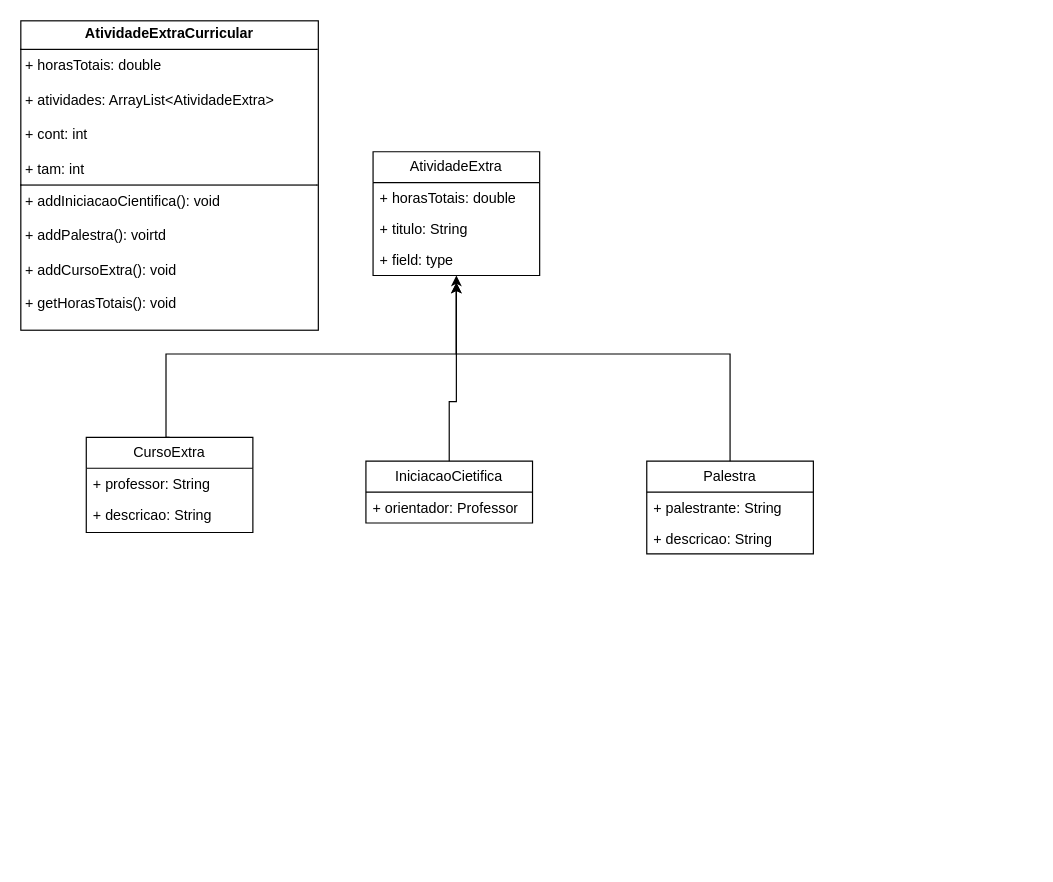
This is UMLS/Atividades_extracurriculares.drawio from Gotoxico/EscolaPOO2, a draw.io file, before an edit. Source tidied: cells renumbered, new cells numbered last; positions are measured from the earlier drawing's top-left corner, leaving out a move shared by most shapes. Both pictures are drawn from the tidied source at 119%, with x=0, y=0 at pixel (20, 20).
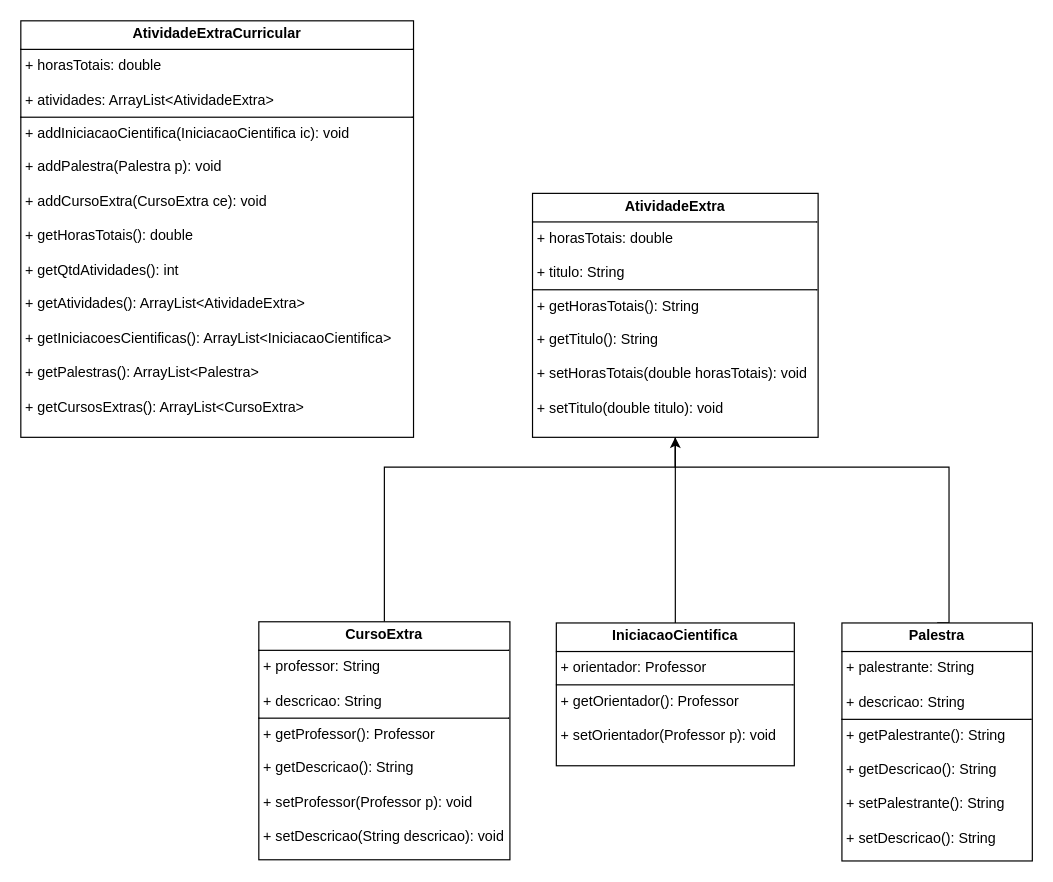
The same page after the edit.

Commit message (it also covers changes not shown here):
Implementando novas funções para atividades extra curriculares, e atualizando UML

The edit, as a diff of the source:
```diff
@@
-    <mxCell id="2" style="edgeStyle=orthogonalEdgeStyle;rounded=0;jettySize=auto;html=1;exitX=0.5;exitY=0;exitDx=0;exitDy=0;" parent="1" edge="1" source="12">
+    <mxCell id="2" style="edgeStyle=orthogonalEdgeStyle;rounded=0;jettySize=auto;html=1;exitX=0.5;exitY=0;exitDx=0;exitDy=0;" parent="1" edge="1" source="20">
       <mxGeometry relative="1" as="geometry">
-        <mxPoint x="366" y="220" as="targetPoint" />
+        <mxPoint x="550" y="315" as="targetPoint" />
         <Array as="points">
-          <mxPoint x="360" y="320" />
-          <mxPoint x="366" y="320" />
+          <mxPoint x="550" y="495" />
+          <mxPoint x="550" y="495" />
         </Array>
       </mxGeometry>
     </mxCell>
-    <mxCell id="3" style="edgeStyle=orthogonalEdgeStyle;rounded=0;jettySize=auto;html=1;entryX=0.5;entryY=1;entryDx=0;entryDy=0;exitX=0.5;exitY=0;exitDx=0;exitDy=0;" parent="1" edge="1" source="9" target="5">
+    <mxCell id="3" style="edgeStyle=orthogonalEdgeStyle;rounded=0;jettySize=auto;html=1;entryX=0.5;entryY=1;entryDx=0;entryDy=0;exitX=0.5;exitY=0;exitDx=0;exitDy=0;" parent="1" edge="1" source="19">
       <mxGeometry relative="1" as="geometry">
+        <mxPoint x="550" y="283" as="targetPoint" />
         <Array as="points">
-          <mxPoint x="122" y="350" />
-          <mxPoint x="122" y="280" />
-          <mxPoint x="366" y="280" />
+          <mxPoint x="306" y="375" />
+          <mxPoint x="550" y="375" />
         </Array>
       </mxGeometry>
     </mxCell>
-    <mxCell id="4" style="edgeStyle=orthogonalEdgeStyle;rounded=0;jettySize=auto;html=1;exitX=0.5;exitY=0;exitDx=0;exitDy=0;" parent="1" edge="1" source="14">
+    <mxCell id="4" style="edgeStyle=orthogonalEdgeStyle;rounded=0;jettySize=auto;html=1;exitX=0.5;exitY=0;exitDx=0;exitDy=0;" parent="1" edge="1" source="21" target="18">
       <mxGeometry relative="1" as="geometry">
-        <mxPoint x="366" y="220" as="targetPoint" />
         <Array as="points">
-          <mxPoint x="596" y="280" />
-          <mxPoint x="366" y="280" />
+          <mxPoint x="780" y="375" />
+          <mxPoint x="550" y="375" />
         </Array>
       </mxGeometry>
     </mxCell>
-    <mxCell id="5" value="&lt;div&gt;AtividadeExtra&lt;/div&gt;" style="swimlane;fontStyle=0;horizontal=1;startSize=26;fillColor=none;whiteSpace=wrap;html=1;" parent="1" vertex="1">
-      <mxGeometry x="296" y="110" width="140" height="104" as="geometry" />
-    </mxCell>
-    <mxCell id="6" value="+ horasTotais: double" style="text;strokeColor=none;fillColor=none;align=left;verticalAlign=top;spacingLeft=4;spacingRight=4;overflow=hidden;whiteSpace=wrap;html=1;" parent="5" vertex="1">
-      <mxGeometry y="26" width="140" height="26" as="geometry" />
-    </mxCell>
-    <mxCell id="7" value="+ titulo: String" style="text;strokeColor=none;fillColor=none;align=left;verticalAlign=top;spacingLeft=4;spacingRight=4;overflow=hidden;whiteSpace=wrap;html=1;" parent="5" vertex="1">
-      <mxGeometry y="52" width="140" height="26" as="geometry" />
-    </mxCell>
-    <mxCell id="8" value="+ field: type" style="text;strokeColor=none;fillColor=none;align=left;verticalAlign=top;spacingLeft=4;spacingRight=4;overflow=hidden;whiteSpace=wrap;html=1;" parent="5" vertex="1">
-      <mxGeometry y="78" width="140" height="26" as="geometry" />
-    </mxCell>
-    <mxCell id="9" value="&lt;div&gt;CursoExtra&lt;/div&gt;" style="swimlane;fontStyle=0;horizontal=1;startSize=26;fillColor=none;whiteSpace=wrap;html=1;" parent="1" vertex="1">
-      <mxGeometry x="55" y="350" width="140" height="80" as="geometry" />
-    </mxCell>
-    <mxCell id="10" value="+ professor: String" style="text;strokeColor=none;fillColor=none;align=left;verticalAlign=top;spacingLeft=4;spacingRight=4;overflow=hidden;whiteSpace=wrap;html=1;" parent="9" vertex="1">
-      <mxGeometry y="26" width="140" height="26" as="geometry" />
-    </mxCell>
-    <mxCell id="11" value="&lt;div&gt;+ descricao: String&lt;/div&gt;" style="text;strokeColor=none;fillColor=none;align=left;verticalAlign=top;spacingLeft=4;spacingRight=4;overflow=hidden;whiteSpace=wrap;html=1;" parent="9" vertex="1">
-      <mxGeometry y="52" width="140" height="28" as="geometry" />
-    </mxCell>
-    <mxCell id="12" value="&lt;div&gt;IniciacaoCietifica&lt;/div&gt;" style="swimlane;fontStyle=0;horizontal=1;startSize=26;fillColor=none;whiteSpace=wrap;html=1;" parent="1" vertex="1">
-      <mxGeometry x="290" y="370" width="140" height="52" as="geometry" />
-    </mxCell>
-    <mxCell id="13" value="+ orientador: Professor" style="text;strokeColor=none;fillColor=none;align=left;verticalAlign=top;spacingLeft=4;spacingRight=4;overflow=hidden;whiteSpace=wrap;html=1;" parent="12" vertex="1">
-      <mxGeometry y="26" width="140" height="26" as="geometry" />
-    </mxCell>
-    <mxCell id="14" value="&lt;div&gt;Palestra&lt;/div&gt;" style="swimlane;fontStyle=0;horizontal=1;startSize=26;fillColor=none;whiteSpace=wrap;html=1;" parent="1" vertex="1">
-      <mxGeometry x="526" y="370" width="140" height="78" as="geometry" />
-    </mxCell>
-    <mxCell id="15" value="+ palestrante: String" style="text;strokeColor=none;fillColor=none;align=left;verticalAlign=top;spacingLeft=4;spacingRight=4;overflow=hidden;whiteSpace=wrap;html=1;" parent="14" vertex="1">
-      <mxGeometry y="26" width="140" height="26" as="geometry" />
-    </mxCell>
-    <mxCell id="16" value="+ descricao: String" style="text;strokeColor=none;fillColor=none;align=left;verticalAlign=top;spacingLeft=4;spacingRight=4;overflow=hidden;whiteSpace=wrap;html=1;" parent="14" vertex="1">
-      <mxGeometry y="52" width="140" height="26" as="geometry" />
-    </mxCell>
-    <mxCell id="17" value="&lt;p style=&quot;margin:0px;margin-top:4px;text-align:center;&quot;&gt;&lt;b&gt;AtividadeExtraCurricular&lt;/b&gt;&lt;br&gt;&lt;/p&gt;&lt;hr size=&quot;1&quot; style=&quot;border-style:solid;&quot;&gt;&lt;p style=&quot;margin:0px;margin-left:4px;&quot;&gt;+ horasTotais: double&lt;/p&gt;&lt;p style=&quot;margin:0px;margin-left:4px;&quot;&gt;&lt;br&gt;&lt;/p&gt;&lt;p style=&quot;margin:0px;margin-left:4px;&quot;&gt;+ atividades: ArrayList&amp;lt;AtividadeExtra&amp;gt;&lt;/p&gt;&lt;p style=&quot;margin:0px;margin-left:4px;&quot;&gt;&lt;br&gt;&lt;/p&gt;&lt;p style=&quot;margin:0px;margin-left:4px;&quot;&gt;+ cont: int&lt;/p&gt;&lt;p style=&quot;margin:0px;margin-left:4px;&quot;&gt;&lt;br&gt;&lt;/p&gt;&lt;p style=&quot;margin:0px;margin-left:4px;&quot;&gt;+ tam: int&lt;br&gt;&lt;/p&gt;&lt;hr size=&quot;1&quot; style=&quot;border-style:solid;&quot;&gt;&lt;p style=&quot;margin:0px;margin-left:4px;&quot;&gt;+ addIniciacaoCientifica(): void&lt;/p&gt;&lt;p style=&quot;margin:0px;margin-left:4px;&quot;&gt;&lt;br&gt;&lt;/p&gt;&lt;p style=&quot;margin:0px;margin-left:4px;&quot;&gt;+ addPalestra(): voirtd&lt;/p&gt;&lt;p style=&quot;margin:0px;margin-left:4px;&quot;&gt;&lt;/p&gt;&lt;p style=&quot;margin:0px;margin-left:4px;&quot;&gt;&lt;br&gt;&lt;/p&gt;&lt;p style=&quot;margin:0px;margin-left:4px;&quot;&gt;+ addCursoExtra(): void&lt;/p&gt;&lt;p style=&quot;margin:0px;margin-left:4px;&quot;&gt;&lt;br&gt;&lt;/p&gt;&lt;p style=&quot;margin:0px;margin-left:4px;&quot;&gt;+ getHorasTotais(): void&lt;/p&gt;" style="verticalAlign=top;align=left;overflow=fill;html=1;whiteSpace=wrap;" parent="1" vertex="1">
-      <mxGeometry width="250" height="260" as="geometry" />
+    <mxCell id="17" value="&lt;p style=&quot;margin:0px;margin-top:4px;text-align:center;&quot;&gt;&lt;b&gt;AtividadeExtraCurricular&lt;/b&gt;&lt;br&gt;&lt;/p&gt;&lt;hr size=&quot;1&quot; style=&quot;border-style:solid;&quot;&gt;&lt;p style=&quot;margin:0px;margin-left:4px;&quot;&gt;+ horasTotais: double&lt;/p&gt;&lt;p style=&quot;margin:0px;margin-left:4px;&quot;&gt;&lt;br&gt;&lt;/p&gt;&lt;p style=&quot;margin:0px;margin-left:4px;&quot;&gt;+ atividades: ArrayList&amp;lt;AtividadeExtra&amp;gt;&lt;/p&gt;&lt;hr size=&quot;1&quot; style=&quot;border-style:solid;&quot;&gt;&lt;p style=&quot;margin:0px;margin-left:4px;&quot;&gt;+ addIniciacaoCientifica(IniciacaoCientifica ic): void&lt;/p&gt;&lt;p style=&quot;margin:0px;margin-left:4px;&quot;&gt;&lt;br&gt;&lt;/p&gt;&lt;p style=&quot;margin:0px;margin-left:4px;&quot;&gt;+ addPalestra(Palestra p): void&lt;/p&gt;&lt;p style=&quot;margin:0px;margin-left:4px;&quot;&gt;&lt;/p&gt;&lt;p style=&quot;margin:0px;margin-left:4px;&quot;&gt;&lt;br&gt;&lt;/p&gt;&lt;p style=&quot;margin:0px;margin-left:4px;&quot;&gt;+ addCursoExtra(CursoExtra ce): void&lt;/p&gt;&lt;p style=&quot;margin:0px;margin-left:4px;&quot;&gt;&lt;br&gt;&lt;/p&gt;&lt;p style=&quot;margin:0px;margin-left:4px;&quot;&gt;+ getHorasTotais(): double&lt;br&gt;&lt;/p&gt;&lt;p style=&quot;margin:0px;margin-left:4px;&quot;&gt;&lt;br&gt;&lt;/p&gt;&lt;p style=&quot;margin:0px;margin-left:4px;&quot;&gt;+ getQtdAtividades(): int&lt;/p&gt;&lt;p style=&quot;margin:0px;margin-left:4px;&quot;&gt;&lt;br&gt;&lt;/p&gt;&lt;p style=&quot;margin:0px;margin-left:4px;&quot;&gt;+ getAtividades(): ArrayList&amp;lt;AtividadeExtra&amp;gt;&lt;/p&gt;&lt;p style=&quot;margin:0px;margin-left:4px;&quot;&gt;&lt;br&gt;&lt;/p&gt;&lt;p style=&quot;margin:0px;margin-left:4px;&quot;&gt;+ getIniciacoesCientificas(): ArrayList&amp;lt;IniciacaoCientifica&amp;gt;&lt;/p&gt;&lt;p style=&quot;margin:0px;margin-left:4px;&quot;&gt;&lt;br&gt;&lt;/p&gt;&lt;p style=&quot;margin:0px;margin-left:4px;&quot;&gt;+ getPalestras(): ArrayList&amp;lt;Palestra&amp;gt;&lt;/p&gt;&lt;p style=&quot;margin:0px;margin-left:4px;&quot;&gt;&lt;br&gt;&lt;/p&gt;&lt;p style=&quot;margin:0px;margin-left:4px;&quot;&gt;+ getCursosExtras(): ArrayList&amp;lt;CursoExtra&amp;gt;&lt;/p&gt;" style="verticalAlign=top;align=left;overflow=fill;html=1;whiteSpace=wrap;" parent="1" vertex="1">
+      <mxGeometry width="330" height="350" as="geometry" />
     </mxCell>
+    <mxCell id="18" value="&lt;p style=&quot;margin:0px;margin-top:4px;text-align:center;&quot;&gt;&lt;b&gt;AtividadeExtra&lt;/b&gt;&lt;br&gt;&lt;/p&gt;&lt;hr size=&quot;1&quot; style=&quot;border-style:solid;&quot;&gt;&lt;p style=&quot;margin:0px;margin-left:4px;&quot;&gt;+ horasTotais: double&lt;/p&gt;&lt;p style=&quot;margin:0px;margin-left:4px;&quot;&gt;&lt;br&gt;&lt;/p&gt;&lt;p style=&quot;margin:0px;margin-left:4px;&quot;&gt;+ titulo: String&lt;br&gt;&lt;/p&gt;&lt;hr size=&quot;1&quot; style=&quot;border-style:solid;&quot;&gt;&lt;p style=&quot;margin:0px;margin-left:4px;&quot;&gt;+ getHorasTotais(): String&lt;/p&gt;&lt;p style=&quot;margin:0px;margin-left:4px;&quot;&gt;&lt;br&gt;&lt;/p&gt;&lt;p style=&quot;margin:0px;margin-left:4px;&quot;&gt;+ getTitulo(): String&lt;/p&gt;&lt;p style=&quot;margin:0px;margin-left:4px;&quot;&gt;&lt;br&gt;&lt;/p&gt;&lt;p style=&quot;margin:0px;margin-left:4px;&quot;&gt;+ setHorasTotais(double horasTotais): void&lt;/p&gt;&lt;p style=&quot;margin:0px;margin-left:4px;&quot;&gt;&lt;br&gt;&lt;/p&gt;&lt;p style=&quot;margin:0px;margin-left:4px;&quot;&gt;+ setTitulo(double titulo): void&lt;br&gt;&lt;/p&gt;" style="verticalAlign=top;align=left;overflow=fill;html=1;whiteSpace=wrap;" parent="1" vertex="1">
+      <mxGeometry x="430" y="145" width="240" height="205" as="geometry" />
+    </mxCell>
+    <mxCell id="19" value="&lt;p style=&quot;margin:0px;margin-top:4px;text-align:center;&quot;&gt;&lt;b&gt;CursoExtra&lt;/b&gt;&lt;/p&gt;&lt;hr size=&quot;1&quot; style=&quot;border-style:solid;&quot;&gt;&lt;p style=&quot;margin:0px;margin-left:4px;&quot;&gt;+ professor: String&lt;/p&gt;&lt;p style=&quot;margin:0px;margin-left:4px;&quot;&gt;&lt;br&gt;&lt;/p&gt;&lt;p style=&quot;margin:0px;margin-left:4px;&quot;&gt;+ descricao: String&lt;br&gt;&lt;/p&gt;&lt;hr size=&quot;1&quot; style=&quot;border-style:solid;&quot;&gt;&lt;p style=&quot;margin:0px;margin-left:4px;&quot;&gt;+ getProfessor(): Professor&lt;/p&gt;&lt;p style=&quot;margin:0px;margin-left:4px;&quot;&gt;&lt;br&gt;&lt;/p&gt;&lt;p style=&quot;margin:0px;margin-left:4px;&quot;&gt;+ getDescricao(): String&lt;/p&gt;&lt;p style=&quot;margin:0px;margin-left:4px;&quot;&gt;&lt;br&gt;&lt;/p&gt;&lt;p style=&quot;margin:0px;margin-left:4px;&quot;&gt;+ setProfessor(Professor p): void&lt;/p&gt;&lt;p style=&quot;margin:0px;margin-left:4px;&quot;&gt;&lt;br&gt;&lt;/p&gt;&lt;p style=&quot;margin:0px;margin-left:4px;&quot;&gt;+ setDescricao(String descricao): void&lt;/p&gt;" style="verticalAlign=top;align=left;overflow=fill;html=1;whiteSpace=wrap;" parent="1" vertex="1">
+      <mxGeometry x="200" y="505" width="211" height="200" as="geometry" />
+    </mxCell>
+    <mxCell id="20" value="&lt;p style=&quot;margin:0px;margin-top:4px;text-align:center;&quot;&gt;&lt;b&gt;IniciacaoCientifica&lt;/b&gt;&lt;/p&gt;&lt;hr size=&quot;1&quot; style=&quot;border-style:solid;&quot;&gt;&lt;p style=&quot;margin:0px;margin-left:4px;&quot;&gt;+ orientador: Professor&lt;br&gt;&lt;/p&gt;&lt;hr size=&quot;1&quot; style=&quot;border-style:solid;&quot;&gt;&lt;p style=&quot;margin:0px;margin-left:4px;&quot;&gt;+ getOrientador(): Professor&lt;br&gt;&lt;/p&gt;&lt;p style=&quot;margin:0px;margin-left:4px;&quot;&gt;&lt;br&gt;&lt;/p&gt;&lt;p style=&quot;margin:0px;margin-left:4px;&quot;&gt;+ setOrientador(Professor p): void&lt;br&gt;&lt;/p&gt;" style="verticalAlign=top;align=left;overflow=fill;html=1;whiteSpace=wrap;" parent="1" vertex="1">
+      <mxGeometry x="450" y="506" width="200" height="120" as="geometry" />
+    </mxCell>
+    <mxCell id="21" value="&lt;p style=&quot;margin:0px;margin-top:4px;text-align:center;&quot;&gt;&lt;b&gt;Palestra&lt;/b&gt;&lt;/p&gt;&lt;hr size=&quot;1&quot; style=&quot;border-style:solid;&quot;&gt;&lt;p style=&quot;margin:0px;margin-left:4px;&quot;&gt;+ palestrante: String&lt;/p&gt;&lt;p style=&quot;margin:0px;margin-left:4px;&quot;&gt;&lt;br&gt;&lt;/p&gt;&lt;p style=&quot;margin:0px;margin-left:4px;&quot;&gt;+ descricao: String&lt;br&gt;&lt;/p&gt;&lt;hr size=&quot;1&quot; style=&quot;border-style:solid;&quot;&gt;&lt;p style=&quot;margin:0px;margin-left:4px;&quot;&gt;+ getPalestrante(): String&lt;/p&gt;&lt;p style=&quot;margin:0px;margin-left:4px;&quot;&gt;&lt;br&gt;&lt;/p&gt;&lt;p style=&quot;margin:0px;margin-left:4px;&quot;&gt;+ getDescricao(): String&lt;/p&gt;&lt;p style=&quot;margin:0px;margin-left:4px;&quot;&gt;&lt;br&gt;&lt;/p&gt;&lt;p style=&quot;margin:0px;margin-left:4px;&quot;&gt;+ setPalestrante(): String&lt;/p&gt;&lt;p style=&quot;margin:0px;margin-left:4px;&quot;&gt;&lt;br&gt;&lt;/p&gt;&lt;p style=&quot;margin:0px;margin-left:4px;&quot;&gt;+ setDescricao(): String&lt;br&gt;&lt;/p&gt;" style="verticalAlign=top;align=left;overflow=fill;html=1;whiteSpace=wrap;" parent="1" vertex="1">
+      <mxGeometry x="690" y="506" width="160" height="200" as="geometry" />
+    </mxCell>
```
